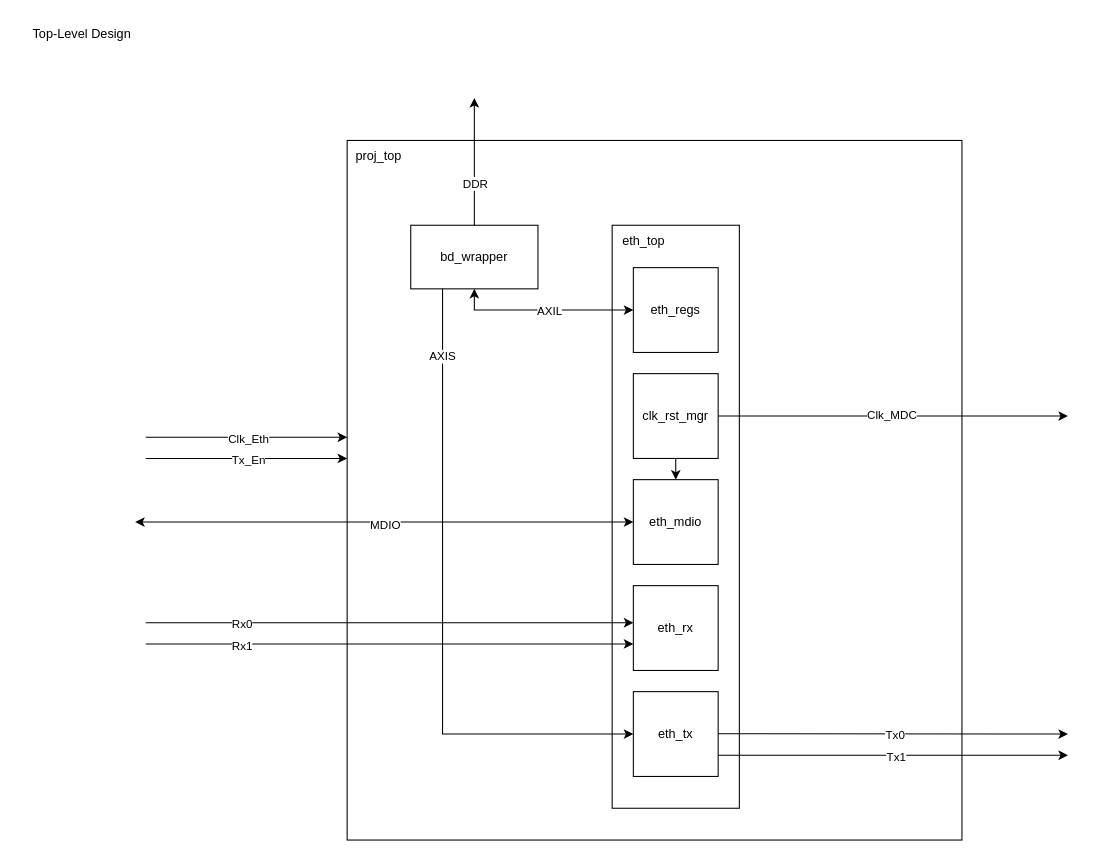
This is page "Top-Level Design" (2 of 3) of 04_docs/diagrams/eth_bd.drawio from AlexDom513/simpleEthernet, a draw.io file, before an edit. Source tidied: cells renumbered, new cells numbered last; positions are measured from the earlier drawing's top-left corner, leaving out a move shared by most shapes. Both pictures are drawn from the tidied source at 106%, with x=0, y=0 at pixel (18, 18).
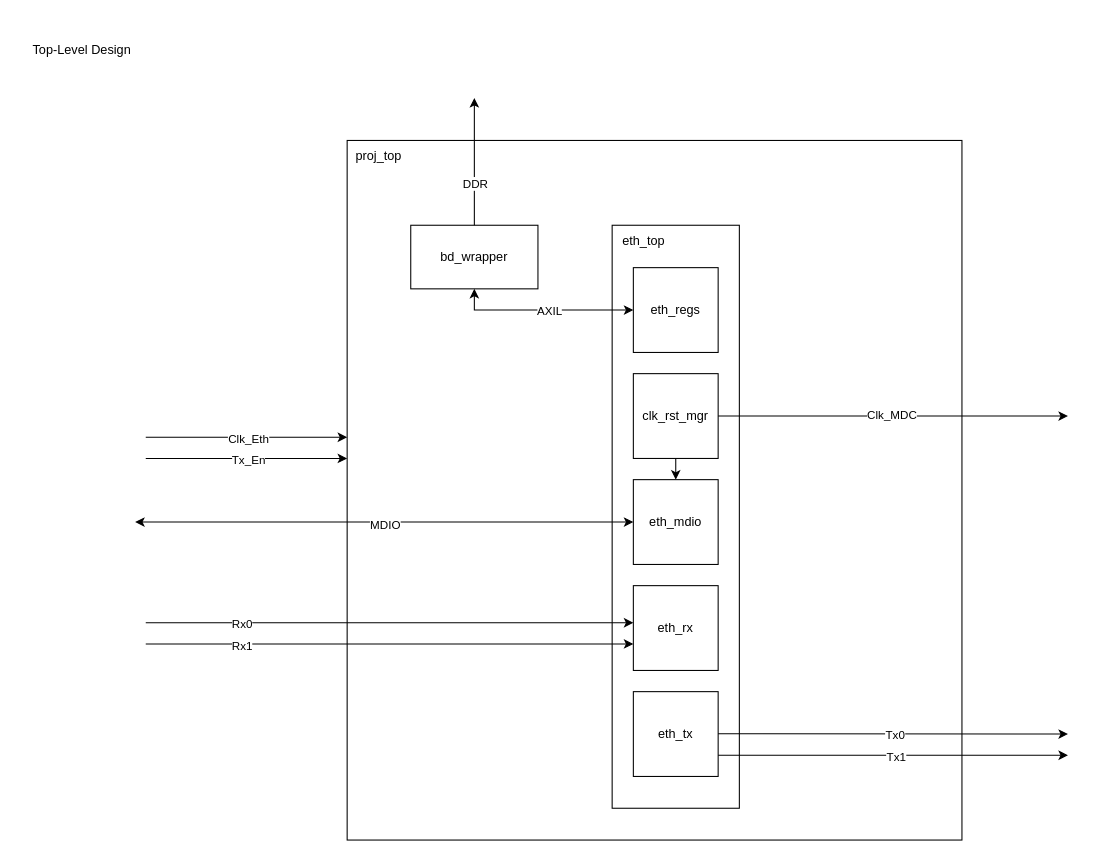
The same page after the edit.

The change refers to these unchanged cells:
```xml
<mxCell id="8" value="eth_tx" style="whiteSpace=wrap;html=1;" parent="1" vertex="1">
  <mxGeometry x="580" y="635" width="80" height="80" as="geometry" />
</mxCell>
<mxCell id="13" value="bd_wrapper" style="rounded=0;whiteSpace=wrap;html=1;" parent="1" vertex="1">
  <mxGeometry x="370" y="195" width="120" height="60" as="geometry" />
</mxCell>
```

Diff of the diagram source:
```diff
@@
     <mxCell id="3" value="Top-Level Design" style="text;html=1;align=center;verticalAlign=middle;whiteSpace=wrap;rounded=0;" parent="1" vertex="1">
-      <mxGeometry width="120" height="30" as="geometry" />
+      <mxGeometry y="15" width="120" height="30" as="geometry" />
     </mxCell>
@@
-    <mxCell id="30" style="endArrow=classic;html=1;rounded=0;exitX=0.25;exitY=1;exitDx=0;exitDy=0;entryX=0;entryY=0.5;entryDx=0;entryDy=0;" parent="1" edge="1" source="13" target="8">
-      <mxGeometry relative="1" as="geometry">
-        <Array as="points">
-          <mxPoint x="400" y="675" />
-        </Array>
-      </mxGeometry>
-    </mxCell>
-    <mxCell id="31" value="AXIS" style="edgeLabel;html=1;align=center;verticalAlign=middle;" parent="30" vertex="1">
-      <mxGeometry x="-0.79" y="-1" relative="1" as="geometry" />
-    </mxCell>
```
